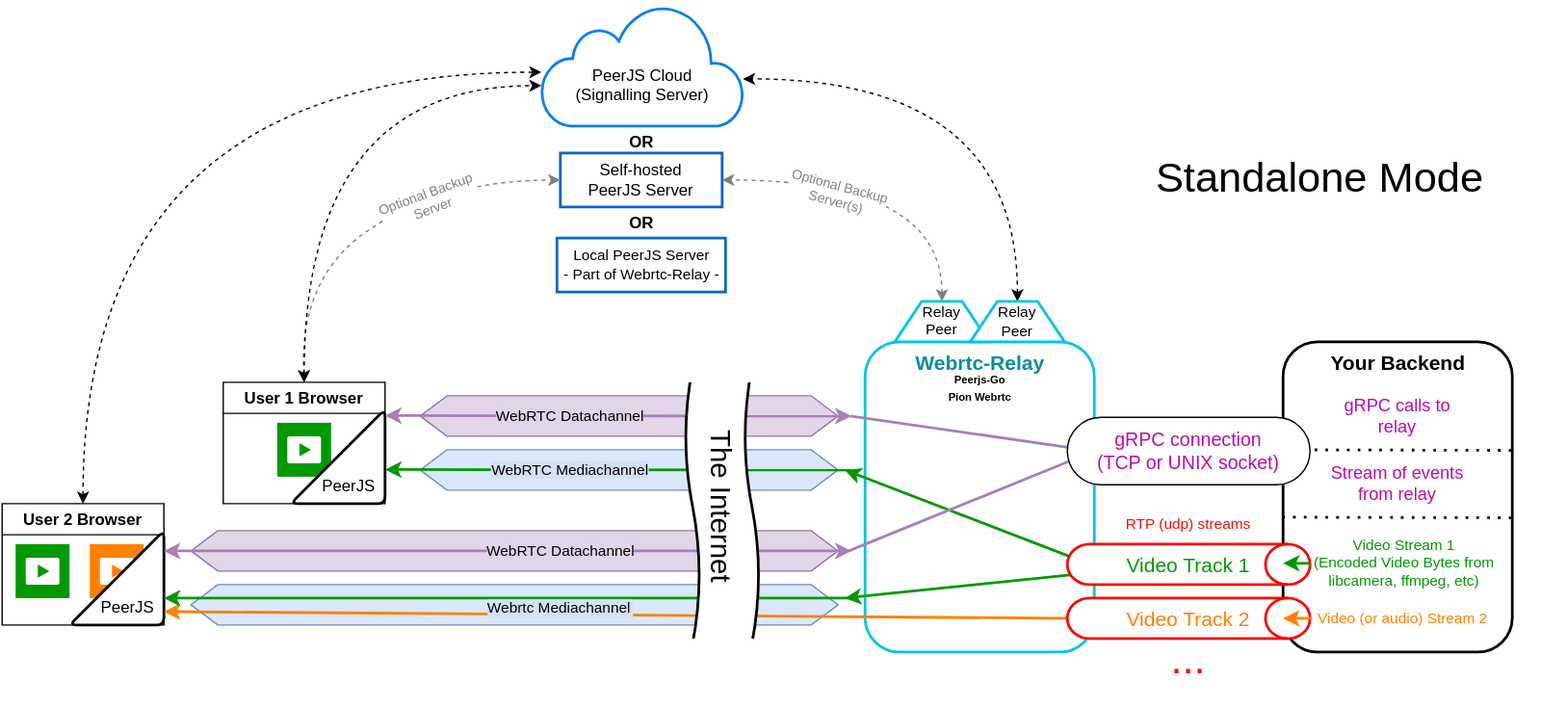
Above: Docs/Images/Webrtc-Relay-Overview.drawio.svg in KW-M/webrtc-relay (draw.io), before the change. Source tidied: cells renumbered, new cells last; positions are measured from the earlier drawing's top-left corner, leaving out a move shared by most shapes.
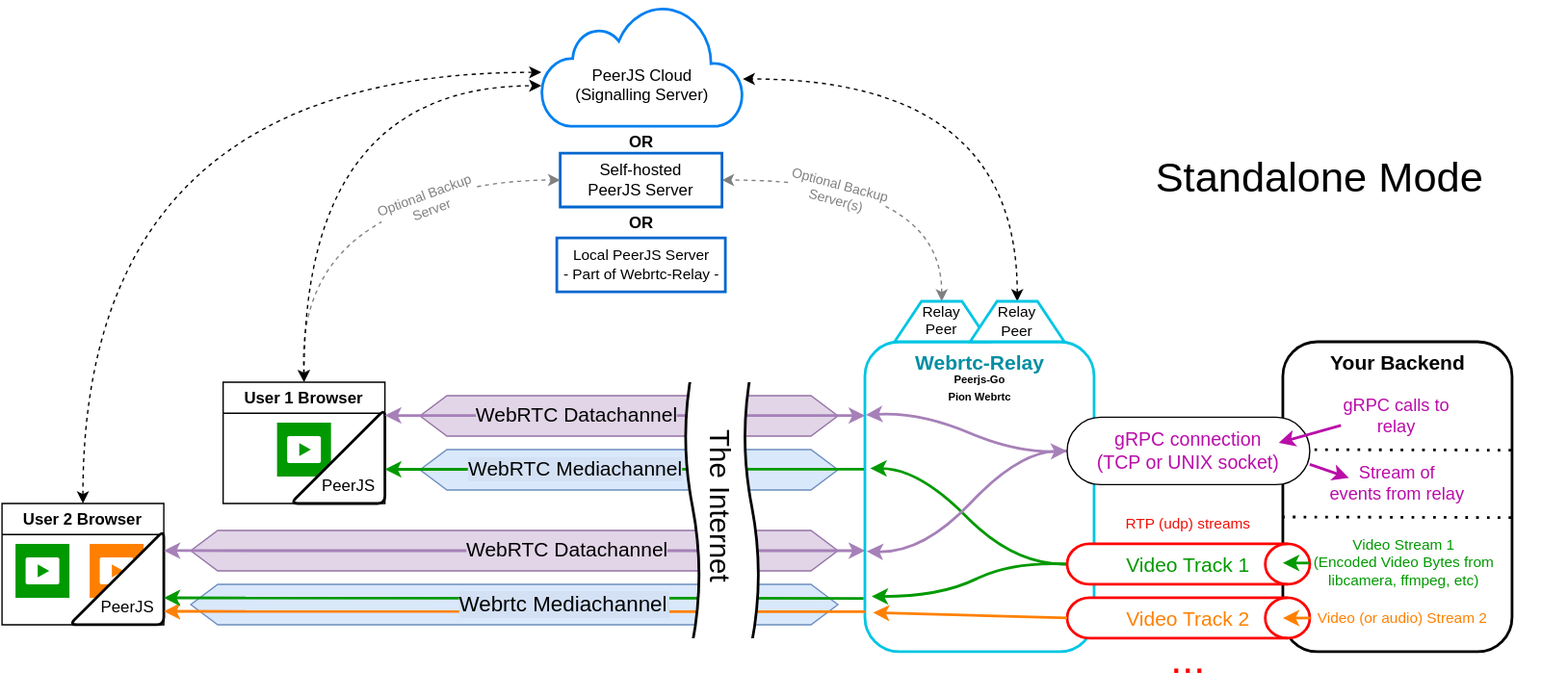
Above is the later version.

The edit, as a diff of the source:
```diff
@@ -29,13 +29,12 @@
     <mxCell id="10" style="shape=hexagon;perimeter=hexagonPerimeter2;whiteSpace=wrap;html=1;fixedSize=1;fillColor=#e1d5e7;strokeColor=#9673a6;" parent="1" vertex="1">
       <mxGeometry x="310" y="292" width="310" height="30" as="geometry" />
     </mxCell>
-    <mxCell id="11" style="endArrow=classic;html=1;rounded=0;startArrow=classic;startFill=1;strokeColor=#A680B8;strokeWidth=2;" parent="1" edge="1">
+    <mxCell id="11" style="endArrow=classic;html=1;rounded=0;startArrow=classic;startFill=1;strokeColor=#A680B8;strokeWidth=2;entryX=0.001;entryY=0.238;entryDx=0;entryDy=0;entryPerimeter=0;" parent="1" edge="1" target="27">
       <mxGeometry relative="1" as="geometry">
         <mxPoint x="284" y="306.7" as="sourcePoint" />
-        <mxPoint x="630" y="307" as="targetPoint" />
       </mxGeometry>
     </mxCell>
-    <mxCell id="12" value="&lt;div&gt;WebRTC Datachannel&lt;/div&gt;" style="edgeLabel;html=1;align=center;verticalAlign=middle;labelBackgroundColor=#E1D5E7;" parent="11" vertex="1">
+    <mxCell id="12" value="&lt;div style=&quot;font-size: 15px;&quot;&gt;WebRTC Datachannel&lt;/div&gt;" style="edgeLabel;html=1;align=center;verticalAlign=middle;labelBackgroundColor=#E1D5E7;fontSize=15;" parent="11" vertex="1">
       <mxGeometry relative="1" as="geometry">
         <mxPoint x="-37" y="-1" as="offset" />
       </mxGeometry>
@@ -68,13 +67,12 @@
     <mxCell id="20" style="shape=hexagon;perimeter=hexagonPerimeter2;whiteSpace=wrap;html=1;fixedSize=1;fillColor=#e1d5e7;strokeColor=#9673a6;" parent="1" vertex="1">
       <mxGeometry x="140" y="392" width="480" height="30" as="geometry" />
     </mxCell>
-    <mxCell id="21" style="endArrow=classic;html=1;rounded=0;startArrow=classic;startFill=1;strokeColor=#A680B8;strokeWidth=2;" parent="1" edge="1">
+    <mxCell id="21" style="endArrow=classic;html=1;rounded=0;startArrow=classic;startFill=1;strokeColor=#A680B8;strokeWidth=2;entryX=0.001;entryY=0.674;entryDx=0;entryDy=0;entryPerimeter=0;" parent="1" edge="1" target="27">
       <mxGeometry relative="1" as="geometry">
         <mxPoint x="120" y="407" as="sourcePoint" />
-        <mxPoint x="630" y="407" as="targetPoint" />
       </mxGeometry>
     </mxCell>
-    <mxCell id="22" value="&lt;div&gt;WebRTC Datachannel&lt;/div&gt;" style="edgeLabel;html=1;align=center;verticalAlign=middle;labelBackgroundColor=#E1D5E7;" parent="21" vertex="1">
+    <mxCell id="22" value="&lt;div style=&quot;font-size: 15px;&quot;&gt;WebRTC Datachannel&lt;/div&gt;" style="edgeLabel;html=1;align=center;verticalAlign=middle;labelBackgroundColor=#E1D5E7;fontSize=15;" parent="21" vertex="1">
       <mxGeometry relative="1" as="geometry">
         <mxPoint x="39" y="-1" as="offset" />
       </mxGeometry>
@@ -97,13 +95,12 @@
     <mxCell id="28" style="shape=hexagon;perimeter=hexagonPerimeter2;whiteSpace=wrap;html=1;fixedSize=1;fillColor=#dae8fc;strokeColor=#6c8ebf;" parent="1" vertex="1">
       <mxGeometry x="310" y="332" width="310" height="30" as="geometry" />
     </mxCell>
-    <mxCell id="29" style="endArrow=none;html=1;rounded=0;startArrow=classic;startFill=1;endFill=0;strokeColor=#009900;strokeWidth=2;" parent="1" edge="1">
+    <mxCell id="29" style="endArrow=none;html=1;rounded=0;startArrow=classic;startFill=1;endFill=0;strokeColor=#009900;strokeWidth=2;entryX=-0.004;entryY=0.411;entryDx=0;entryDy=0;entryPerimeter=0;" parent="1" edge="1" target="27">
       <mxGeometry relative="1" as="geometry">
         <mxPoint x="284" y="346.7" as="sourcePoint" />
-        <mxPoint x="630" y="347" as="targetPoint" />
       </mxGeometry>
     </mxCell>
-    <mxCell id="30" value="&lt;div&gt;WebRTC Mediachannel&lt;/div&gt;" style="edgeLabel;html=1;align=center;verticalAlign=middle;labelBackgroundColor=#D4E1F5;" parent="29" vertex="1">
+    <mxCell id="30" value="&lt;div style=&quot;font-size: 15px;&quot;&gt;WebRTC Mediachannel&lt;/div&gt;" style="edgeLabel;html=1;align=center;verticalAlign=middle;labelBackgroundColor=#D4E1F5;fontSize=15;" parent="29" vertex="1">
       <mxGeometry relative="1" as="geometry">
         <mxPoint x="-37" y="-1" as="offset" />
       </mxGeometry>
@@ -111,20 +108,19 @@
     <mxCell id="31" style="shape=hexagon;perimeter=hexagonPerimeter2;whiteSpace=wrap;html=1;fixedSize=1;fillColor=#dae8fc;strokeColor=#6c8ebf;" parent="1" vertex="1">
       <mxGeometry x="140" y="432" width="480" height="30" as="geometry" />
     </mxCell>
-    <mxCell id="32" style="endArrow=none;html=1;rounded=0;startArrow=classic;startFill=1;endFill=0;strokeColor=#FF8000;entryX=0;entryY=0.5;entryDx=0;entryDy=0;entryPerimeter=0;strokeWidth=2;" parent="1" edge="1" target="43">
+    <mxCell id="32" style="endArrow=none;html=1;rounded=0;startArrow=classic;startFill=1;endFill=0;strokeColor=#FF8000;entryX=0;entryY=0.871;entryDx=0;entryDy=0;entryPerimeter=0;strokeWidth=2;" parent="1" edge="1" target="27">
       <mxGeometry relative="1" as="geometry">
         <mxPoint x="120" y="452" as="sourcePoint" />
       </mxGeometry>
     </mxCell>
-    <mxCell id="33" style="endArrow=none;html=1;rounded=0;startArrow=classic;startFill=1;endFill=0;strokeColor=#009900;strokeWidth=2;" parent="1" edge="1">
+    <mxCell id="33" style="endArrow=none;html=1;rounded=0;startArrow=classic;startFill=1;endFill=0;strokeColor=#009900;strokeWidth=2;entryX=-0.006;entryY=0.828;entryDx=0;entryDy=0;entryPerimeter=0;" parent="1" edge="1" target="27">
       <mxGeometry relative="1" as="geometry">
         <mxPoint x="120" y="442" as="sourcePoint" />
-        <mxPoint x="630" y="442" as="targetPoint" />
       </mxGeometry>
     </mxCell>
-    <mxCell id="34" value="Webrtc Mediachannel" style="edgeLabel;align=center;verticalAlign=middle;labelBackgroundColor=#D4E1F5;" parent="33" vertex="1">
+    <mxCell id="34" value="Webrtc Mediachannel" style="edgeLabel;align=center;verticalAlign=middle;labelBackgroundColor=#D4E1F5;fontSize=16;" parent="33" vertex="1">
       <mxGeometry relative="1" as="geometry">
-        <mxPoint x="38" y="6" as="offset" />
+        <mxPoint x="37" y="3" as="offset" />
       </mxGeometry>
     </mxCell>
     <mxCell id="35" value="&lt;div style=&quot;font-size: 11px;&quot;&gt;&lt;font style=&quot;font-size: 11px;&quot;&gt;Local PeerJS Server&lt;/font&gt;&lt;/div&gt;&lt;div style=&quot;font-size: 11px;&quot;&gt;&lt;font style=&quot;font-size: 11px;&quot;&gt;- Part of Webrtc-Relay&lt;/font&gt; -&lt;/div&gt;" style="shape=dataStorage;whiteSpace=wrap;html=1;fixedSize=1;labelBackgroundColor=none;labelBorderColor=none;size=0;strokeColor=#0066CC;strokeWidth=2;" parent="1" vertex="1">
@@ -139,19 +135,22 @@
     <mxCell id="38" style="whiteSpace=wrap;html=1;labelBackgroundColor=#FFFFFF;labelBorderColor=none;fontSize=21;strokeColor=none;strokeWidth=2;fillColor=default;gradientColor=none;" parent="1" vertex="1">
       <mxGeometry x="509" y="232" width="50" height="50" as="geometry" />
     </mxCell>
-    <mxCell id="39" style="whiteSpace=wrap;html=1;labelBackgroundColor=#FFFFFF;labelBorderColor=none;fontSize=21;strokeColor=none;strokeWidth=2;fillColor=default;gradientColor=none;" parent="1" vertex="1">
-      <mxGeometry x="509" y="472" width="50" height="50" as="geometry" />
-    </mxCell>
-    <mxCell id="40" style="endArrow=none;html=1;fontSize=21;strokeColor=#009900;curved=1;startArrow=classic;startFill=1;strokeWidth=2;" parent="1" edge="1">
+    <mxCell id="40" style="endArrow=none;html=1;fontSize=21;strokeColor=#009900;curved=1;startArrow=classic;startFill=1;strokeWidth=2;entryX=0;entryY=0.5;entryDx=0;entryDy=0;entryPerimeter=0;" parent="1" edge="1" target="42">
       <mxGeometry relative="1" as="geometry">
-        <mxPoint x="625" y="442" as="sourcePoint" />
-        <mxPoint x="820" y="422" as="targetPoint" />
+        <mxPoint x="645" y="441" as="sourcePoint" />
+        <Array as="points">
+          <mxPoint x="696" y="441" />
+          <mxPoint x="749" y="415" />
+        </Array>
       </mxGeometry>
     </mxCell>
-    <mxCell id="41" style="endArrow=none;html=1;fontSize=21;strokeColor=#009900;curved=1;startArrow=classic;startFill=1;strokeWidth=2;" parent="1" edge="1">
+    <mxCell id="41" style="endArrow=none;html=1;fontSize=21;strokeColor=#009900;curved=1;startArrow=classic;startFill=1;strokeWidth=2;entryX=0;entryY=0.5;entryDx=0;entryDy=0;entryPerimeter=0;" parent="1" edge="1" target="42">
       <mxGeometry relative="1" as="geometry">
-        <mxPoint x="625" y="347" as="sourcePoint" />
-        <mxPoint x="820" y="422" as="targetPoint" />
+        <mxPoint x="644" y="346" as="sourcePoint" />
+        <Array as="points">
+          <mxPoint x="680" y="346" />
+          <mxPoint x="751" y="418" />
+        </Array>
       </mxGeometry>
     </mxCell>
     <mxCell id="42" value="Video Track 1&#10;" style="strokeWidth=2;shape=mxgraph.flowchart.direct_data;whiteSpace=wrap;rounded=1;shadow=0;glass=0;labelBackgroundColor=none;labelBorderColor=none;sketch=0;fontSize=15;fillColor=default;gradientColor=none;strokeColor=#FF0000;fontColor=#009900;verticalAlign=top;" parent="1" vertex="1">
@@ -160,24 +159,30 @@
     <mxCell id="43" value="Video Track 2" style="strokeWidth=2;shape=mxgraph.flowchart.direct_data;whiteSpace=wrap;rounded=1;shadow=0;glass=0;labelBackgroundColor=none;labelBorderColor=none;sketch=0;fontSize=15;fillColor=default;gradientColor=none;strokeColor=#FF0000;fontColor=#FF8000;" parent="1" vertex="1">
       <mxGeometry x="790" y="442" width="180" height="30" as="geometry" />
     </mxCell>
-    <mxCell id="44" style="endArrow=none;html=1;fontSize=11;fontColor=#A680B8;strokeColor=#A680B8;curved=1;entryX=0;entryY=0.5;entryDx=0;entryDy=0;strokeWidth=2;" parent="1" edge="1" target="58">
+    <mxCell id="44" style="endArrow=classic;html=1;fontSize=11;fontColor=#A680B8;strokeColor=#A680B8;curved=1;entryX=0;entryY=0.5;entryDx=0;entryDy=0;strokeWidth=2;startArrow=classic;startFill=1;exitX=0.008;exitY=0.676;exitDx=0;exitDy=0;exitPerimeter=0;endFill=1;" parent="1" edge="1" source="27" target="57">
       <mxGeometry relative="1" as="geometry">
-        <mxPoint x="628" y="407" as="sourcePoint" />
+        <Array as="points">
+          <mxPoint x="683" y="409" />
+          <mxPoint x="754" y="334" />
+        </Array>
       </mxGeometry>
     </mxCell>
-    <mxCell id="45" style="endArrow=none;html=1;fontSize=11;fontColor=#A680B8;strokeColor=#A680B8;curved=1;entryX=0;entryY=0.5;entryDx=0;entryDy=0;strokeWidth=2;" parent="1" edge="1" target="58">
+    <mxCell id="45" style="endArrow=none;html=1;fontSize=11;fontColor=#A680B8;strokeColor=#A680B8;curved=1;entryX=0;entryY=0.5;entryDx=0;entryDy=0;strokeWidth=2;startArrow=classic;startFill=1;exitX=0.005;exitY=0.236;exitDx=0;exitDy=0;exitPerimeter=0;" parent="1" edge="1" source="27" target="57">
       <mxGeometry relative="1" as="geometry">
-        <mxPoint x="629" y="307" as="sourcePoint" />
+        <Array as="points">
+          <mxPoint x="681" y="304" />
+          <mxPoint x="756" y="336" />
+        </Array>
       </mxGeometry>
     </mxCell>
     <mxCell id="46" value="&lt;div style=&quot;font-size: 15px;&quot;&gt;&lt;font style=&quot;font-size: 15px;&quot; color=&quot;#000000&quot;&gt;Your Backend&lt;/font&gt;&lt;/div&gt;" style="text;strokeColor=none;fillColor=none;html=1;fontSize=24;fontStyle=1;verticalAlign=middle;align=center;rounded=1;shadow=0;glass=0;labelBackgroundColor=#FFFFFF;labelBorderColor=none;sketch=0;fontColor=#FF8000;" parent="1" vertex="1">
       <mxGeometry x="950" y="252" width="170" height="30" as="geometry" />
     </mxCell>
     <mxCell id="47" value="gRPC calls to relay" style="text;html=1;strokeColor=none;fillColor=none;align=center;verticalAlign=middle;whiteSpace=wrap;rounded=0;shadow=0;glass=0;labelBackgroundColor=none;labelBorderColor=none;sketch=0;fontSize=13;fontColor=#BA0DA9;" parent="1" vertex="1">
-      <mxGeometry x="985" y="282" width="100" height="50" as="geometry" />
+      <mxGeometry x="992.5" y="282" width="85" height="50" as="geometry" />
     </mxCell>
-    <mxCell id="48" value="&lt;div style=&quot;font-size: 13px;&quot;&gt;Stream of events from relay&lt;/div&gt;" style="text;html=1;strokeColor=none;fillColor=none;align=center;verticalAlign=middle;whiteSpace=wrap;rounded=0;shadow=0;glass=0;labelBackgroundColor=none;labelBorderColor=none;sketch=0;fontSize=13;fontColor=#BA0DA9;" parent="1" vertex="1">
-      <mxGeometry x="980" y="332" width="110" height="50" as="geometry" />
+    <mxCell id="48" value="&lt;div style=&quot;font-size: 13px;&quot;&gt;Stream of &lt;br&gt;&lt;/div&gt;&lt;div style=&quot;font-size: 13px;&quot;&gt;events from relay&lt;/div&gt;" style="text;html=1;strokeColor=none;fillColor=none;align=center;verticalAlign=middle;whiteSpace=wrap;rounded=0;shadow=0;glass=0;labelBackgroundColor=none;labelBorderColor=none;sketch=0;fontSize=13;fontColor=#BA0DA9;spacing=0;" parent="1" vertex="1">
+      <mxGeometry x="985" y="332" width="100" height="50" as="geometry" />
     </mxCell>
     <mxCell id="49" style="endArrow=none;dashed=1;html=1;dashPattern=1 3;strokeWidth=2;fontSize=11;fontColor=#A680B8;curved=1;entryX=1.006;entryY=0.339;entryDx=0;entryDy=0;entryPerimeter=0;exitX=0.003;exitY=0.337;exitDx=0;exitDy=0;exitPerimeter=0;" parent="1" edge="1">
       <mxGeometry relative="1" as="geometry">
@@ -259,5 +264,24 @@
         <mxPoint x="-1.1" y="-0.9" as="offset" />
       </mxGeometry>
     </mxCell>
+    <mxCell id="68" style="endArrow=classic;html=1;rounded=0;strokeWidth=2;exitX=0.007;exitY=0.64;exitDx=0;exitDy=0;exitPerimeter=0;fontColor=none;noLabel=1;labelBackgroundColor=none;strokeColor=#BA0DA9;" parent="1" edge="1" source="47">
+      <mxGeometry relative="1" as="geometry">
+        <mxPoint x="947" y="327" as="targetPoint" />
+      </mxGeometry>
+    </mxCell>
+    <mxCell id="69" style="endArrow=classic;html=1;rounded=0;strokeWidth=2;fontColor=none;noLabel=1;labelBackgroundColor=none;strokeColor=#BA0DA9;" parent="1" edge="1">
+      <mxGeometry relative="1" as="geometry">
+        <mxPoint x="970" y="343" as="sourcePoint" />
+        <mxPoint x="999" y="353" as="targetPoint" />
+      </mxGeometry>
+    </mxCell>
+    <mxCell id="70" style="rounded=0;whiteSpace=wrap;html=1;fontSize=15;fontColor=none;strokeColor=none;" parent="1" vertex="1">
+      <mxGeometry x="474" y="472" width="120" height="42.5" as="geometry" />
+    </mxCell>
+    <mxCell id="71" style="endArrow=none;html=1;rounded=0;startArrow=classic;startFill=1;endFill=0;strokeColor=#FF8000;entryX=0;entryY=0.5;entryDx=0;entryDy=0;entryPerimeter=0;strokeWidth=2;" parent="1" edge="1" target="43">
+      <mxGeometry relative="1" as="geometry">
+        <mxPoint x="646" y="453" as="sourcePoint" />
+      </mxGeometry>
+    </mxCell>
   </root>
 </mxGraphModel>
```
